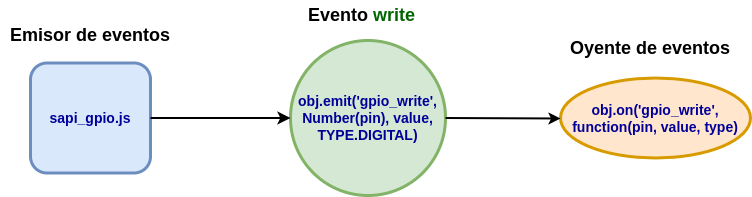
jennifferch/Memoria-MSE keeps this draw.io diagram as Figures/ListeningGPIOEventEmitter.png. Above is the earlier version. Source tidied: cells renumbered, new cells last; positions are measured from the earlier drawing's top-left corner, leaving out a move shared by most shapes. The source it was exported from:
```xml
<mxGraphModel>
  <root>
    <mxCell id="0" />
    <mxCell id="1" parent="0" />
    <mxCell id="2" value="&lt;font style=&quot;&quot; color=&quot;#000099&quot;&gt;&lt;b style=&quot;&quot;&gt;&lt;font style=&quot;font-size: 14px;&quot;&gt;sapi_gpio.js&lt;/font&gt;&lt;/b&gt;&lt;br&gt;&lt;/font&gt;" style="rounded=1;whiteSpace=wrap;html=1;strokeColor=#6c8ebf;strokeWidth=3;fillColor=#dae8fc;" parent="1" vertex="1">
      <mxGeometry x="30" y="62.5" width="120" height="110" as="geometry" />
    </mxCell>
    <mxCell id="3" value="&lt;font style=&quot;font-size: 14px&quot; color=&quot;#000099&quot;&gt;&lt;b&gt;obj.emit('gpio_write', Number(pin), value, TYPE.DIGITAL)&lt;/b&gt;&lt;/font&gt;" style="ellipse;whiteSpace=wrap;html=1;strokeWidth=3;strokeColor=#82b366;fillColor=#d5e8d4;" parent="1" vertex="1">
      <mxGeometry x="290" y="40" width="155" height="155" as="geometry" />
    </mxCell>
    <mxCell id="4" value="&lt;b style=&quot;border-color: var(--border-color); color: rgb(0, 0, 153); font-size: 14px;&quot;&gt;obj.on('gpio_write', function(pin, value, type)&lt;/b&gt;" style="ellipse;whiteSpace=wrap;html=1;strokeWidth=3;strokeColor=#d79b00;fillColor=#ffe6cc;" parent="1" vertex="1">
      <mxGeometry x="560" y="77.5" width="190" height="80" as="geometry" />
    </mxCell>
    <mxCell id="5" value="&lt;font style=&quot;font-size: 18px;&quot;&gt;&lt;b style=&quot;&quot;&gt;Evento&amp;nbsp;&lt;font style=&quot;&quot; color=&quot;#006600&quot;&gt;write&lt;/font&gt;&lt;/b&gt;&lt;/font&gt;" style="text;html=1;strokeColor=none;fillColor=none;align=center;verticalAlign=middle;whiteSpace=wrap;rounded=0;" parent="1" vertex="1">
      <mxGeometry x="320" width="82.5" height="30" as="geometry" />
    </mxCell>
    <mxCell id="6" value="&lt;font style=&quot;font-size: 18px;&quot; color=&quot;#000000&quot;&gt;&lt;b&gt;Emisor de eventos&lt;/b&gt;&lt;/font&gt;" style="text;html=1;strokeColor=none;fillColor=none;align=center;verticalAlign=middle;whiteSpace=wrap;rounded=0;fontSize=14;fontColor=#0000CC;" parent="1" vertex="1">
      <mxGeometry y="20" width="180" height="30" as="geometry" />
    </mxCell>
    <mxCell id="7" style="endArrow=classic;html=1;rounded=0;fontSize=18;fontColor=#FF0000;entryX=0;entryY=0.5;entryDx=0;entryDy=0;endSize=7;strokeWidth=2;exitX=1;exitY=0.5;exitDx=0;exitDy=0;" parent="1" edge="1" source="2" target="3">
      <mxGeometry relative="1" as="geometry" />
    </mxCell>
    <mxCell id="8" style="endArrow=classic;html=1;rounded=0;fontSize=18;fontColor=#FF0000;exitX=1;exitY=0.5;exitDx=0;exitDy=0;strokeWidth=2;" parent="1" edge="1" source="3">
      <mxGeometry relative="1" as="geometry">
        <mxPoint x="560" y="118" as="targetPoint" />
      </mxGeometry>
    </mxCell>
    <mxCell id="9" value="&lt;font style=&quot;font-size: 18px;&quot; color=&quot;#000000&quot;&gt;&lt;b&gt;Oyente de eventos&lt;/b&gt;&lt;/font&gt;" style="text;html=1;strokeColor=none;fillColor=none;align=center;verticalAlign=middle;whiteSpace=wrap;rounded=0;fontSize=14;fontColor=#0000CC;" parent="1" vertex="1">
      <mxGeometry x="550" y="32.5" width="200" height="30" as="geometry" />
    </mxCell>
  </root>
</mxGraphModel>
```
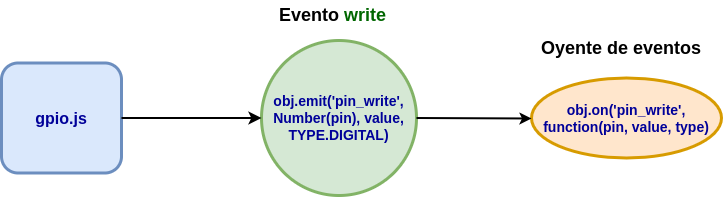
After the commit.

What changed in the source:
```diff
@@ -2,29 +2,26 @@
   <root>
     <mxCell id="0" />
     <mxCell id="1" parent="0" />
-    <mxCell id="2" value="&lt;font style=&quot;&quot; color=&quot;#000099&quot;&gt;&lt;b style=&quot;&quot;&gt;&lt;font style=&quot;font-size: 14px;&quot;&gt;sapi_gpio.js&lt;/font&gt;&lt;/b&gt;&lt;br&gt;&lt;/font&gt;" style="rounded=1;whiteSpace=wrap;html=1;strokeColor=#6c8ebf;strokeWidth=3;fillColor=#dae8fc;" parent="1" vertex="1">
-      <mxGeometry x="30" y="62.5" width="120" height="110" as="geometry" />
-    </mxCell>
-    <mxCell id="3" value="&lt;font style=&quot;font-size: 14px&quot; color=&quot;#000099&quot;&gt;&lt;b&gt;obj.emit('gpio_write', Number(pin), value, TYPE.DIGITAL)&lt;/b&gt;&lt;/font&gt;" style="ellipse;whiteSpace=wrap;html=1;strokeWidth=3;strokeColor=#82b366;fillColor=#d5e8d4;" parent="1" vertex="1">
-      <mxGeometry x="290" y="40" width="155" height="155" as="geometry" />
-    </mxCell>
-    <mxCell id="4" value="&lt;b style=&quot;border-color: var(--border-color); color: rgb(0, 0, 153); font-size: 14px;&quot;&gt;obj.on('gpio_write', function(pin, value, type)&lt;/b&gt;" style="ellipse;whiteSpace=wrap;html=1;strokeWidth=3;strokeColor=#d79b00;fillColor=#ffe6cc;" parent="1" vertex="1">
-      <mxGeometry x="560" y="77.5" width="190" height="80" as="geometry" />
-    </mxCell>
+    <mxCell id="10" value="&lt;font style=&quot;&quot; color=&quot;#000099&quot;&gt;&lt;b style=&quot;&quot;&gt;&lt;font style=&quot;font-size: 16px;&quot;&gt;gpio.js&lt;/font&gt;&lt;/b&gt;&lt;br&gt;&lt;/font&gt;" style="rounded=1;whiteSpace=wrap;html=1;strokeColor=#6c8ebf;strokeWidth=3;fillColor=#dae8fc;" parent="1" vertex="1">
+      <mxGeometry x="30" y="62.5" width="120" height="110" as="geometry" />
+    </mxCell>
+    <mxCell id="11" value="&lt;font style=&quot;font-size: 14px&quot; color=&quot;#000099&quot;&gt;&lt;b&gt;obj.emit('pin_write', Number(pin), value, TYPE.DIGITAL)&lt;/b&gt;&lt;/font&gt;" style="ellipse;whiteSpace=wrap;html=1;strokeWidth=3;strokeColor=#82b366;fillColor=#d5e8d4;" parent="1" vertex="1">
+      <mxGeometry x="290" y="40" width="155" height="155" as="geometry" />
+    </mxCell>
+    <mxCell id="12" value="&lt;b style=&quot;border-color: var(--border-color); color: rgb(0, 0, 153); font-size: 14px;&quot;&gt;obj.on('pin_write', function(pin, value, type)&lt;/b&gt;" style="ellipse;whiteSpace=wrap;html=1;strokeWidth=3;strokeColor=#d79b00;fillColor=#ffe6cc;" parent="1" vertex="1">
+      <mxGeometry x="560" y="77.5" width="190" height="80" as="geometry" />
+    </mxCell>
     <mxCell id="5" value="&lt;font style=&quot;font-size: 18px;&quot;&gt;&lt;b style=&quot;&quot;&gt;Evento&amp;nbsp;&lt;font style=&quot;&quot; color=&quot;#006600&quot;&gt;write&lt;/font&gt;&lt;/b&gt;&lt;/font&gt;" style="text;html=1;strokeColor=none;fillColor=none;align=center;verticalAlign=middle;whiteSpace=wrap;rounded=0;" parent="1" vertex="1">
       <mxGeometry x="320" width="82.5" height="30" as="geometry" />
     </mxCell>
-    <mxCell id="6" value="&lt;font style=&quot;font-size: 18px;&quot; color=&quot;#000000&quot;&gt;&lt;b&gt;Emisor de eventos&lt;/b&gt;&lt;/font&gt;" style="text;html=1;strokeColor=none;fillColor=none;align=center;verticalAlign=middle;whiteSpace=wrap;rounded=0;fontSize=14;fontColor=#0000CC;" parent="1" vertex="1">
-      <mxGeometry y="20" width="180" height="30" as="geometry" />
-    </mxCell>
-    <mxCell id="7" style="endArrow=classic;html=1;rounded=0;fontSize=18;fontColor=#FF0000;entryX=0;entryY=0.5;entryDx=0;entryDy=0;endSize=7;strokeWidth=2;exitX=1;exitY=0.5;exitDx=0;exitDy=0;" parent="1" edge="1" source="2" target="3">
-      <mxGeometry relative="1" as="geometry" />
-    </mxCell>
-    <mxCell id="8" style="endArrow=classic;html=1;rounded=0;fontSize=18;fontColor=#FF0000;exitX=1;exitY=0.5;exitDx=0;exitDy=0;strokeWidth=2;" parent="1" edge="1" source="3">
-      <mxGeometry relative="1" as="geometry">
-        <mxPoint x="560" y="118" as="targetPoint" />
-      </mxGeometry>
-    </mxCell>
+    <mxCell id="13" style="endArrow=classic;html=1;rounded=0;fontSize=18;fontColor=#FF0000;entryX=0;entryY=0.5;entryDx=0;entryDy=0;endSize=7;strokeWidth=2;exitX=1;exitY=0.5;exitDx=0;exitDy=0;" parent="1" edge="1" source="10" target="11">
+      <mxGeometry relative="1" as="geometry" />
+    </mxCell>
+    <mxCell id="14" style="endArrow=classic;html=1;rounded=0;fontSize=18;fontColor=#FF0000;exitX=1;exitY=0.5;exitDx=0;exitDy=0;strokeWidth=2;" parent="1" edge="1" source="11">
+      <mxGeometry relative="1" as="geometry">
+        <mxPoint x="560" y="118" as="targetPoint" />
+      </mxGeometry>
+    </mxCell>
     <mxCell id="9" value="&lt;font style=&quot;font-size: 18px;&quot; color=&quot;#000000&quot;&gt;&lt;b&gt;Oyente de eventos&lt;/b&gt;&lt;/font&gt;" style="text;html=1;strokeColor=none;fillColor=none;align=center;verticalAlign=middle;whiteSpace=wrap;rounded=0;fontSize=14;fontColor=#0000CC;" parent="1" vertex="1">
       <mxGeometry x="550" y="32.5" width="200" height="30" as="geometry" />
     </mxCell>
```
